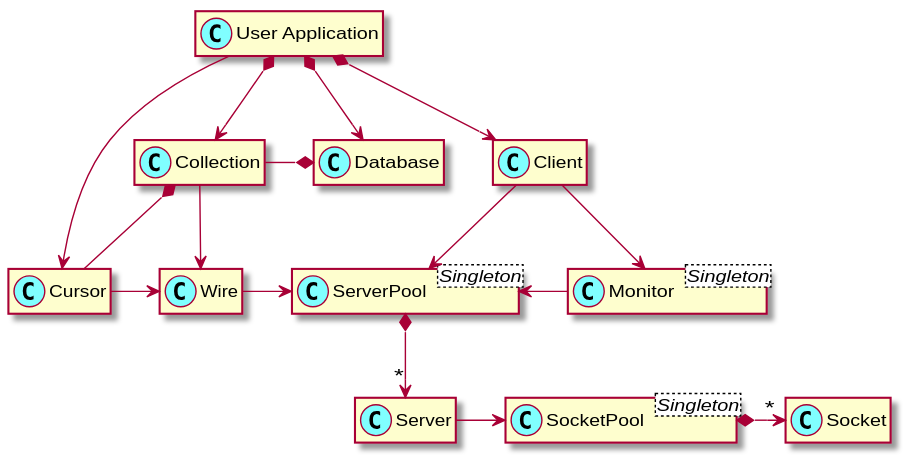
The PlantUML diagram doc/uml/mdb02.svg in MARTIMM/raku-mongodb-driver, before a commit. Its diagram source:
```plantuml
@startuml

skinparam packageStyle rectangle
skinparam stereotypeCBackgroundColor #80ffff
hide members

class "User Application" as Application
class Monitor<Singleton>
class ServerPool<Singleton>
class SocketPool<Singleton>

Application *--> Client
Application *--> Database
Application *--> Collection

Client --> Monitor
Client --> ServerPool
ServerPool *--> "*" Server
Server -> SocketPool
SocketPool *-> "*" Socket
Collection -* Database
Collection -> Wire
Collection *-- Cursor
Application --> Cursor

Cursor -> Wire
Wire -> ServerPool
ServerPool <- Monitor

@enduml
```
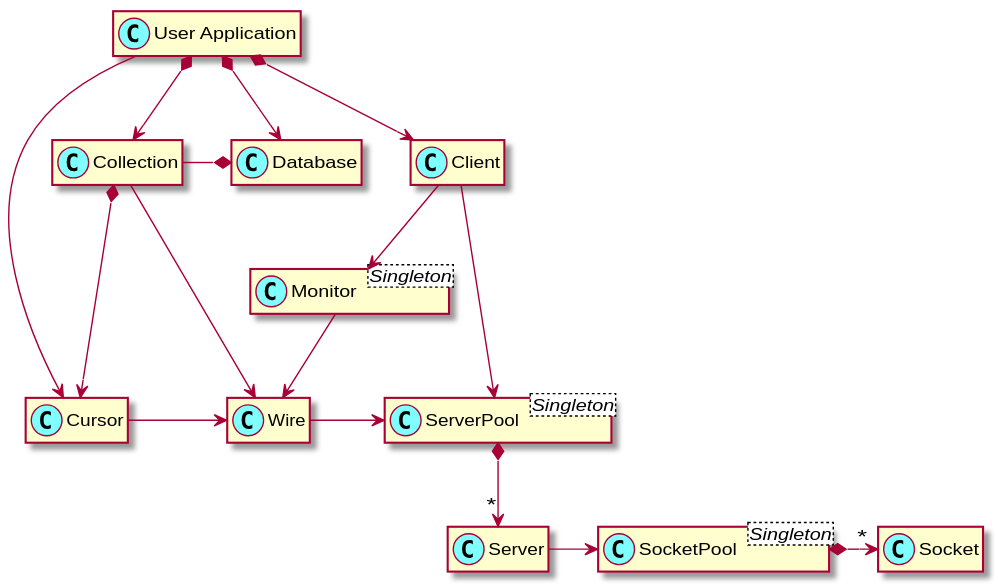
The same file after the commit.

The edit, as a diff of the source:
```diff
@@ -14,17 +14,16 @@
 Application *--> Collection
 
 Client --> Monitor
-Client --> ServerPool
+Client ---> ServerPool
 ServerPool *--> "*" Server
 Server -> SocketPool
 SocketPool *-> "*" Socket
 Collection -* Database
-Collection -> Wire
-Collection *-- Cursor
+Collection ---> Wire
+Collection *---> Cursor
 Application --> Cursor
 
 Cursor -> Wire
 Wire -> ServerPool
-ServerPool <- Monitor
-
+Monitor --> Wire
 @enduml
```
